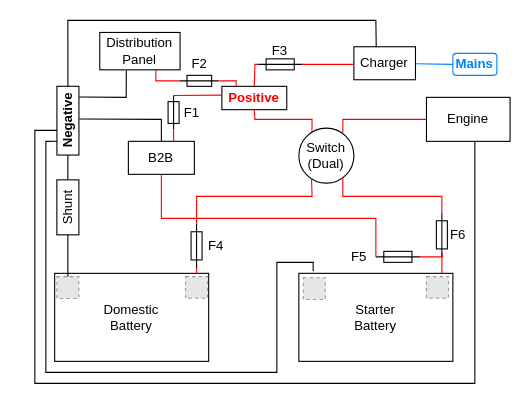
The draw.io diagram site/content/posts/wiring/wiring.drawio in karstenmueller/lucy.hamburg, before the edit. Source tidied: cells renumbered, new cells numbered last; positions are measured from the earlier drawing's top-left corner, leaving out a move shared by most shapes. Both pictures are drawn from the tidied source at 110%, with x=0, y=0 at pixel (33, 20). Pictures stored in the file or linked from it are replaced by grey dashed boxes.
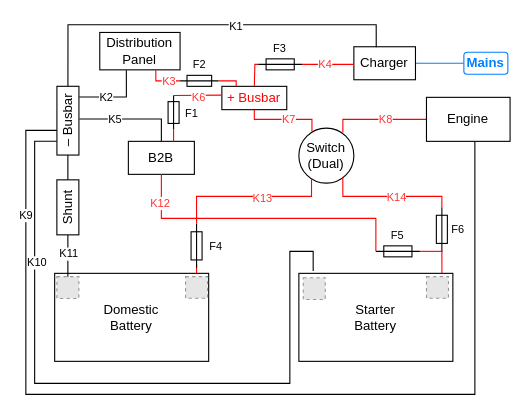
The same diagram, later.

Commit message (it also covers changes not shown here):
new wiring diagram

The change refers to these unchanged cells:
```xml
<mxCell id="4" value="Starter&lt;div&gt;Battery&lt;/div&gt;" style="rounded=0;whiteSpace=wrap;html=1;" parent="1" vertex="1">
  <mxGeometry x="241.2" y="230" width="140" height="80" as="geometry" />
</mxCell>
<mxCell id="11" style="edgeStyle=orthogonalEdgeStyle;rounded=0;jettySize=auto;html=1;endArrow=none;startFill=0;" parent="1" edge="1" source="7" target="12">
  <mxGeometry relative="1" as="geometry" />
</mxCell>
<mxCell id="14" value="B2B" style="rounded=0;whiteSpace=wrap;html=1;" parent="1" vertex="1">
  <mxGeometry x="86.2" y="110" width="60" height="30" as="geometry" />
</mxCell>
<mxCell id="16" style="verticalLabelPosition=bottom;shadow=0;dashed=0;align=center;html=1;verticalAlign=top;shape=mxgraph.electrical.miscellaneous.fuse_2;rotation=-90;" parent="1" vertex="1">
  <mxGeometry x="128.2" y="200" width="40" height="10" as="geometry" />
</mxCell>
<mxCell id="22" value="Switch (Dual)" style="ellipse;whiteSpace=wrap;html=1;" parent="1" vertex="1">
  <mxGeometry x="241.2" y="98" width="50" height="50" as="geometry" />
</mxCell>
<mxCell id="27" value="Engine" style="rounded=0;whiteSpace=wrap;html=1;" parent="1" vertex="1">
  <mxGeometry x="357.2" y="70" width="76" height="40" as="geometry" />
</mxCell>
<mxCell id="29" value="Distribution&lt;div&gt;Panel&lt;/div&gt;" style="rounded=0;whiteSpace=wrap;html=1;" parent="1" vertex="1">
  <mxGeometry x="60.2" y="11" width="73" height="34" as="geometry" />
</mxCell>
<mxCell id="32" value="Charger" style="rounded=0;whiteSpace=wrap;html=1;" parent="1" vertex="1">
  <mxGeometry x="291.2" y="24" width="56" height="30" as="geometry" />
</mxCell>
<mxCell id="35" style="verticalLabelPosition=bottom;shadow=0;dashed=0;align=center;html=1;verticalAlign=top;shape=mxgraph.electrical.miscellaneous.fuse_2;" parent="1" vertex="1">
  <mxGeometry x="204.2" y="35" width="40" height="10" as="geometry" />
</mxCell>
<mxCell id="36" style="edgeStyle=none;rounded=0;orthogonalLoop=1;jettySize=auto;html=1;endArrow=none;startFill=0;strokeColor=#FF0000;exitX=1;exitY=0.5;exitDx=0;exitDy=0;exitPerimeter=0;entryX=1;entryY=0.5;entryDx=0;entryDy=0;entryPerimeter=0;" parent="1" edge="1" source="38" target="38">
  <mxGeometry relative="1" as="geometry">
    <Array as="points">
      <mxPoint x="171.2" y="68" />
    </Array>
  </mxGeometry>
</mxCell>
<mxCell id="41" style="edgeStyle=none;rounded=0;jettySize=auto;html=1;endArrow=none;startFill=0;strokeColor=#FF0000;exitX=0;exitY=0.5;exitDx=0;exitDy=0;exitPerimeter=0;entryX=0.698;entryY=1.011;entryDx=0;entryDy=0;entryPerimeter=0;" parent="1" edge="1" source="43" target="29">
  <mxGeometry relative="1" as="geometry">
    <Array as="points">
      <mxPoint x="111.2" y="55" />
    </Array>
  </mxGeometry>
</mxCell>
```

What changed in the source:
```diff
@@
-    <mxCell id="3" style="edgeStyle=none;rounded=0;jettySize=auto;html=1;exitX=0.093;exitY=-0.027;exitDx=0;exitDy=0;exitPerimeter=0;entryX=0.201;entryY=-0.003;entryDx=0;entryDy=0;endArrow=none;startFill=0;entryPerimeter=0;" parent="1" edge="1" source="4" target="10">
+    <mxCell id="3" style="edgeStyle=orthogonalEdgeStyle;rounded=0;jettySize=auto;html=1;exitX=0.093;exitY=-0.027;exitDx=0;exitDy=0;exitPerimeter=0;entryX=0.201;entryY=-0.003;entryDx=0;entryDy=0;endArrow=none;startFill=0;entryPerimeter=0;" parent="1" edge="1" source="4" target="10">
       <mxGeometry relative="1" as="geometry">
         <Array as="points">
-          <mxPoint x="254.2" y="220" />
-          <mxPoint x="221.2" y="220" />
-          <mxPoint x="221.2" y="320" />
-          <mxPoint x="11.2" y="320" />
-          <mxPoint x="11.2" y="110" />
+          <mxPoint x="254" y="210" />
+          <mxPoint x="233" y="210" />
+          <mxPoint x="233" y="330" />
+          <mxPoint x="1" y="330" />
+          <mxPoint x="1" y="110" />
         </Array>
       </mxGeometry>
     </mxCell>
+    <mxCell id="51" value="K10" style="edgeLabel;html=1;align=center;verticalAlign=middle;fontFamily=Helvetica;fontSize=10;fontColor=default;labelBackgroundColor=default;fillColor=none;gradientColor=none;" parent="3" vertex="1">
+      <mxGeometry x="0.59" y="-1" relative="1" as="geometry" />
+    </mxCell>
@@
-    <mxCell id="10" value="&lt;b&gt;Negative&lt;/b&gt;" style="rounded=0;whiteSpace=wrap;html=1;rotation=-90;" parent="1" vertex="1">
+    <mxCell id="10" value="– Busbar" style="rounded=0;whiteSpace=wrap;html=1;rotation=-90;" parent="1" vertex="1">
       <mxGeometry y="81.2" width="62.5" height="20" as="geometry" />
     </mxCell>
@@
+    <mxCell id="52" value="K11" style="edgeLabel;html=1;align=center;verticalAlign=middle;fontFamily=Helvetica;fontSize=10;fontColor=default;labelBackgroundColor=default;fillColor=none;gradientColor=none;" parent="11" vertex="1">
+      <mxGeometry x="0.24" relative="1" as="geometry" />
+    </mxCell>
@@
-    <mxCell id="13" style="edgeStyle=none;rounded=0;jettySize=auto;html=1;exitX=0.5;exitY=0;exitDx=0;exitDy=0;endArrow=none;startFill=0;strokeColor=#000000;entryX=0.524;entryY=1.018;entryDx=0;entryDy=0;entryPerimeter=0;" parent="1" edge="1" source="14" target="10">
-      <mxGeometry relative="1" as="geometry">
-        <Array as="points">
-          <mxPoint x="116.2" y="90" />
-        </Array>
-      </mxGeometry>
+    <mxCell id="13" style="edgeStyle=orthogonalEdgeStyle;rounded=0;jettySize=auto;html=1;exitX=0.5;exitY=0;exitDx=0;exitDy=0;endArrow=none;startFill=0;strokeColor=#000000;entryX=0.524;entryY=1.018;entryDx=0;entryDy=0;entryPerimeter=0;" parent="1" edge="1" source="14" target="10">
+      <mxGeometry relative="1" as="geometry" />
     </mxCell>
+    <mxCell id="53" value="K5" style="edgeLabel;html=1;align=center;verticalAlign=middle;fontFamily=Helvetica;fontSize=10;fontColor=default;labelBackgroundColor=default;fillColor=none;gradientColor=none;" parent="13" vertex="1">
+      <mxGeometry x="0.33" relative="1" as="geometry" />
+    </mxCell>
@@
     <mxCell id="17" style="verticalLabelPosition=bottom;shadow=0;dashed=0;align=center;html=1;verticalAlign=top;shape=mxgraph.electrical.miscellaneous.fuse_2;rotation=-90;" parent="1" vertex="1">
-      <mxGeometry x="351.2" y="190" width="40" height="10" as="geometry" />
+      <mxGeometry x="351.2" y="185" width="40" height="10" as="geometry" />
     </mxCell>
-    <mxCell id="18" style="edgeStyle=orthogonalEdgeStyle;rounded=0;jettySize=auto;html=1;entryX=0.082;entryY=0.551;entryDx=0;entryDy=0;entryPerimeter=0;endArrow=none;startFill=0;strokeColor=#FF0000;" parent="1" edge="1" source="19" target="17">
+    <mxCell id="18" style="edgeStyle=orthogonalEdgeStyle;rounded=0;jettySize=auto;html=1;endArrow=none;startFill=0;strokeColor=#FF0000;exitX=1;exitY=0.5;exitDx=0;exitDy=0;exitPerimeter=0;" parent="1" edge="1" source="19">
       <mxGeometry relative="1" as="geometry">
+        <mxPoint x="372" y="210" as="targetPoint" />
         <Array as="points">
-          <mxPoint x="371.2" y="215" />
+          <mxPoint x="372" y="210" />
         </Array>
       </mxGeometry>
     </mxCell>
     <mxCell id="19" style="verticalLabelPosition=bottom;shadow=0;dashed=0;align=center;html=1;verticalAlign=top;shape=mxgraph.electrical.miscellaneous.fuse_2;" parent="1" vertex="1">
-      <mxGeometry x="311.2" y="210" width="40" height="10" as="geometry" />
+      <mxGeometry x="311.2" y="205" width="40" height="10" as="geometry" />
     </mxCell>
@@
-    <mxCell id="21" style="edgeStyle=none;rounded=0;jettySize=auto;html=1;exitX=0;exitY=0.5;exitDx=0;exitDy=0;endArrow=none;startFill=0;entryX=0.5;entryY=1;entryDx=0;entryDy=0;exitPerimeter=0;strokeColor=#FF0000;" parent="1" edge="1" source="19" target="14">
+    <mxCell id="21" style="edgeStyle=orthogonalEdgeStyle;rounded=0;jettySize=auto;html=1;exitX=0;exitY=0.5;exitDx=0;exitDy=0;endArrow=none;startFill=0;entryX=0.5;entryY=1;entryDx=0;entryDy=0;exitPerimeter=0;strokeColor=#FF0000;jumpStyle=arc;jumpSize=6;" parent="1" edge="1" source="19" target="14">
       <mxGeometry relative="1" as="geometry">
         <Array as="points">
-          <mxPoint x="311.2" y="180" />
-          <mxPoint x="116.2" y="180" />
+          <mxPoint x="311" y="180" />
+          <mxPoint x="116" y="180" />
         </Array>
       </mxGeometry>
     </mxCell>
+    <mxCell id="54" value="K12" style="edgeLabel;html=1;align=center;verticalAlign=middle;fontFamily=Helvetica;fontSize=10;fontColor=#FF3333;labelBackgroundColor=default;fillColor=none;gradientColor=none;" parent="21" vertex="1">
+      <mxGeometry x="0.81" y="2" relative="1" as="geometry" />
+    </mxCell>
@@
-    <mxCell id="23" style="edgeStyle=none;rounded=0;jettySize=auto;html=1;endArrow=none;startFill=0;entryX=1;entryY=0.5;entryDx=0;entryDy=0;entryPerimeter=0;strokeColor=#FF0000;exitX=0.23;exitY=0.916;exitDx=0;exitDy=0;exitPerimeter=0;" parent="1" edge="1" source="22" target="16">
+    <mxCell id="23" style="edgeStyle=orthogonalEdgeStyle;rounded=0;jettySize=auto;html=1;endArrow=none;startFill=0;entryX=1;entryY=0.5;entryDx=0;entryDy=0;entryPerimeter=0;strokeColor=#FF0000;exitX=0.23;exitY=0.916;exitDx=0;exitDy=0;exitPerimeter=0;" parent="1" edge="1" source="22" target="16">
       <mxGeometry relative="1" as="geometry">
         <Array as="points">
-          <mxPoint x="253.2" y="160" />
-          <mxPoint x="148.2" y="160" />
+          <mxPoint x="253" y="160" />
+          <mxPoint x="148" y="160" />
         </Array>
       </mxGeometry>
     </mxCell>
+    <mxCell id="55" value="K13" style="edgeLabel;html=1;align=center;verticalAlign=middle;fontFamily=Helvetica;fontSize=10;fontColor=#FF3333;labelBackgroundColor=default;fillColor=none;gradientColor=none;" parent="23" vertex="1">
+      <mxGeometry x="-0.16" y="1" relative="1" as="geometry" />
+    </mxCell>
-    <mxCell id="24" style="edgeStyle=none;rounded=0;jettySize=auto;html=1;endArrow=none;startFill=0;entryX=1;entryY=0.5;entryDx=0;entryDy=0;entryPerimeter=0;exitX=0.799;exitY=0.904;exitDx=0;exitDy=0;strokeColor=#FF0000;exitPerimeter=0;" parent="1" edge="1" source="22" target="17">
+    <mxCell id="24" style="edgeStyle=orthogonalEdgeStyle;rounded=0;jettySize=auto;html=1;endArrow=none;startFill=0;entryX=1;entryY=0.5;entryDx=0;entryDy=0;entryPerimeter=0;exitX=0.799;exitY=0.904;exitDx=0;exitDy=0;strokeColor=#FF0000;exitPerimeter=0;" parent="1" edge="1" source="22" target="17">
       <mxGeometry relative="1" as="geometry">
         <Array as="points">
-          <mxPoint x="281.2" y="160" />
-          <mxPoint x="371.2" y="160" />
+          <mxPoint x="281" y="160" />
+          <mxPoint x="371" y="160" />
         </Array>
       </mxGeometry>
     </mxCell>
+    <mxCell id="56" value="K14" style="edgeLabel;html=1;align=center;verticalAlign=middle;fontFamily=Helvetica;fontSize=10;fontColor=#FF3333;labelBackgroundColor=default;fillColor=none;gradientColor=none;" parent="24" vertex="1">
+      <mxGeometry x="0.11" relative="1" as="geometry" />
+    </mxCell>
-    <mxCell id="25" style="edgeStyle=none;rounded=0;jettySize=auto;html=1;entryX=0.8;entryY=0.078;entryDx=0;entryDy=0;endArrow=none;startFill=0;strokeColor=#FF0000;entryPerimeter=0;" parent="1" edge="1" source="27" target="22">
+    <mxCell id="25" style="edgeStyle=orthogonalEdgeStyle;rounded=0;jettySize=auto;html=1;entryX=0.8;entryY=0.078;entryDx=0;entryDy=0;endArrow=none;startFill=0;strokeColor=#FF0000;entryPerimeter=0;" parent="1" edge="1" source="27" target="22">
       <mxGeometry relative="1" as="geometry">
         <Array as="points">
-          <mxPoint x="281.2" y="90" />
+          <mxPoint x="281" y="90" />
         </Array>
       </mxGeometry>
     </mxCell>
+    <mxCell id="57" value="K8" style="edgeLabel;html=1;align=center;verticalAlign=middle;fontFamily=Helvetica;fontSize=10;fontColor=#FF3333;labelBackgroundColor=default;fillColor=none;gradientColor=none;" parent="25" vertex="1">
+      <mxGeometry x="-0.13" y="-1" relative="1" as="geometry" />
+    </mxCell>
-    <mxCell id="26" style="edgeStyle=none;rounded=0;jettySize=auto;html=1;endArrow=none;startFill=0;exitX=0.579;exitY=1;exitDx=0;exitDy=0;exitPerimeter=0;" parent="1" edge="1" source="27">
+    <mxCell id="26" style="edgeStyle=orthogonalEdgeStyle;rounded=0;jettySize=auto;html=1;endArrow=none;startFill=0;exitX=0.579;exitY=1;exitDx=0;exitDy=0;exitPerimeter=0;" parent="1" edge="1" source="27">
       <mxGeometry relative="1" as="geometry">
         <mxPoint x="21.2" y="100" as="targetPoint" />
         <Array as="points">
-          <mxPoint x="401.2" y="330" />
-          <mxPoint x="1.2" y="330" />
-          <mxPoint x="1.2" y="100" />
+          <mxPoint x="401" y="340" />
+          <mxPoint x="-7" y="340" />
+          <mxPoint x="-7" y="100" />
         </Array>
       </mxGeometry>
     </mxCell>
+    <mxCell id="58" value="K9" style="edgeLabel;html=1;align=center;verticalAlign=middle;fontFamily=Helvetica;fontSize=10;fontColor=default;labelBackgroundColor=default;fillColor=none;gradientColor=none;" parent="26" vertex="1">
+      <mxGeometry x="0.77" y="1" relative="1" as="geometry" />
+    </mxCell>
@@
-    <mxCell id="28" value="&lt;font style=&quot;color: rgb(255, 0, 0);&quot;&gt;&lt;b&gt;Positive&lt;/b&gt;&lt;/font&gt;" style="rounded=0;whiteSpace=wrap;html=1;" parent="1" vertex="1">
+    <mxCell id="28" value="&lt;font style=&quot;color: rgb(255, 0, 0);&quot;&gt;+ Busbar&lt;/font&gt;" style="rounded=0;whiteSpace=wrap;html=1;" parent="1" vertex="1">
       <mxGeometry x="171.2" y="60" width="59" height="21.2" as="geometry" />
     </mxCell>
@@
-    <mxCell id="30" style="edgeStyle=none;rounded=0;jettySize=auto;html=1;entryX=0.238;entryY=0.062;entryDx=0;entryDy=0;endArrow=none;startFill=0;strokeColor=#FF0000;entryPerimeter=0;exitX=0.5;exitY=1;exitDx=0;exitDy=0;" parent="1" edge="1" source="28" target="22">
+    <mxCell id="30" style="edgeStyle=orthogonalEdgeStyle;rounded=0;jettySize=auto;html=1;entryX=0.238;entryY=0.062;entryDx=0;entryDy=0;endArrow=none;startFill=0;strokeColor=#FF0000;entryPerimeter=0;exitX=0.5;exitY=1;exitDx=0;exitDy=0;" parent="1" edge="1" source="28" target="22">
       <mxGeometry relative="1" as="geometry">
         <Array as="points">
-          <mxPoint x="201.2" y="90" />
-          <mxPoint x="253.2" y="90" />
+          <mxPoint x="201" y="90" />
+          <mxPoint x="253" y="90" />
         </Array>
       </mxGeometry>
     </mxCell>
+    <mxCell id="59" value="K7" style="edgeLabel;html=1;align=center;verticalAlign=middle;fontFamily=Helvetica;fontSize=10;fontColor=#FF3333;labelBackgroundColor=default;fillColor=none;gradientColor=none;" parent="30" vertex="1">
+      <mxGeometry x="0.11" y="1" relative="1" as="geometry" />
+    </mxCell>
-    <mxCell id="31" style="edgeStyle=none;rounded=0;jettySize=auto;html=1;endArrow=none;startFill=0;strokeColor=#007FFF;" parent="1" edge="1" source="32">
-      <mxGeometry relative="1" as="geometry">
-        <mxPoint x="381.2" y="40" as="targetPoint" />
-        <Array as="points">
-          <mxPoint x="381.2" y="40" />
-        </Array>
-      </mxGeometry>
+    <mxCell id="31" style="rounded=0;jettySize=auto;html=1;endArrow=none;startFill=0;strokeColor=#007FFF;" parent="1" edge="1" source="32" target="44">
+      <mxGeometry relative="1" as="geometry" />
     </mxCell>
@@
     <mxCell id="33" style="edgeStyle=none;rounded=0;jettySize=auto;html=1;endArrow=none;startFill=0;strokeColor=#FF0000;exitX=1;exitY=0.5;exitDx=0;exitDy=0;exitPerimeter=0;" parent="1" edge="1" source="35">
       <mxGeometry relative="1" as="geometry">
         <mxPoint x="291.2" y="40" as="targetPoint" />
-        <Array as="points">
-          <mxPoint x="261.2" y="40" />
-        </Array>
       </mxGeometry>
     </mxCell>
+    <mxCell id="60" value="K4" style="edgeLabel;html=1;align=center;verticalAlign=middle;fontFamily=Helvetica;fontSize=10;fontColor=#FF3333;labelBackgroundColor=default;fillColor=none;gradientColor=none;" parent="33" vertex="1">
+      <mxGeometry x="-0.17" y="1" relative="1" as="geometry" />
+    </mxCell>
@@
+    <mxCell id="61" value="K6" style="edgeLabel;html=1;align=center;verticalAlign=middle;fontFamily=Helvetica;fontSize=10;fontColor=#FF3333;labelBackgroundColor=default;fillColor=none;gradientColor=none;" parent="36" vertex="1">
+      <mxGeometry x="0.5" y="1" relative="1" as="geometry" />
+    </mxCell>
@@
-    <mxCell id="39" style="edgeStyle=none;rounded=0;jettySize=auto;html=1;endArrow=none;startFill=0;strokeColor=#000000;entryX=1;entryY=0.5;entryDx=0;entryDy=0;exitX=0.363;exitY=0.016;exitDx=0;exitDy=0;exitPerimeter=0;" parent="1" edge="1" source="32" target="10">
-      <mxGeometry relative="1" as="geometry">
-        <Array as="points">
-          <mxPoint x="311.2" />
-          <mxPoint x="31.2" />
-        </Array>
-      </mxGeometry>
+    <mxCell id="39" style="edgeStyle=orthogonalEdgeStyle;rounded=0;jettySize=auto;html=1;endArrow=none;startFill=0;strokeColor=#000000;entryX=1;entryY=0.5;entryDx=0;entryDy=0;exitX=0.363;exitY=0.016;exitDx=0;exitDy=0;exitPerimeter=0;" parent="1" edge="1" source="32" target="10">
+      <mxGeometry relative="1" as="geometry" />
     </mxCell>
+    <mxCell id="62" value="K1" style="edgeLabel;html=1;align=center;verticalAlign=middle;fontSize=10;" parent="39" vertex="1">
+      <mxGeometry x="-0.17" relative="1" as="geometry" />
+    </mxCell>
-    <mxCell id="40" style="edgeStyle=none;rounded=0;jettySize=auto;html=1;exitX=0.331;exitY=1.012;exitDx=0;exitDy=0;endArrow=none;startFill=0;strokeColor=#000000;entryX=0.845;entryY=1.013;entryDx=0;entryDy=0;entryPerimeter=0;exitPerimeter=0;" parent="1" edge="1" source="29" target="10">
-      <mxGeometry relative="1" as="geometry">
-        <Array as="points">
-          <mxPoint x="84.2" y="70" />
-        </Array>
-      </mxGeometry>
+    <mxCell id="40" style="edgeStyle=orthogonalEdgeStyle;rounded=0;jettySize=auto;html=1;exitX=0.331;exitY=1.012;exitDx=0;exitDy=0;endArrow=none;startFill=0;strokeColor=#000000;entryX=0.845;entryY=1.013;entryDx=0;entryDy=0;entryPerimeter=0;exitPerimeter=0;" parent="1" edge="1" source="29" target="10">
+      <mxGeometry relative="1" as="geometry" />
     </mxCell>
+    <mxCell id="63" value="K2" style="edgeLabel;html=1;align=center;verticalAlign=middle;fontFamily=Helvetica;fontSize=10;fontColor=default;labelBackgroundColor=default;fillColor=none;gradientColor=none;" parent="40" vertex="1">
+      <mxGeometry x="0.29" relative="1" as="geometry" />
+    </mxCell>
@@
+    <mxCell id="64" value="K3" style="edgeLabel;html=1;align=center;verticalAlign=middle;fontFamily=Helvetica;fontSize=10;fontColor=#FF3333;labelBackgroundColor=default;fillColor=none;gradientColor=none;" parent="41" vertex="1">
+      <mxGeometry x="-0.29" y="-1" relative="1" as="geometry" />
+    </mxCell>
@@
     <mxCell id="44" value="&lt;font style=&quot;color: rgb(0, 127, 255);&quot;&gt;&lt;b&gt;Mains&lt;/b&gt;&lt;/font&gt;" style="rounded=1;whiteSpace=wrap;html=1;strokeColor=#007FFF;" parent="1" vertex="1">
-      <mxGeometry x="381.2" y="30" width="40" height="20" as="geometry" />
+      <mxGeometry x="391.2" y="29" width="40" height="20" as="geometry" />
     </mxCell>
-    <mxCell id="45" value="F1" style="text;strokeColor=none;align=center;fillColor=none;html=1;verticalAlign=middle;whiteSpace=wrap;rounded=0;" parent="1" vertex="1">
+    <mxCell id="45" value="F1" style="text;strokeColor=none;align=center;fillColor=none;html=1;verticalAlign=middle;whiteSpace=wrap;rounded=0;fontSize=10;" parent="1" vertex="1">
       <mxGeometry x="129.2" y="73.8" width="30" height="20" as="geometry" />
     </mxCell>
-    <mxCell id="46" value="F2" style="text;strokeColor=none;align=center;fillColor=none;html=1;verticalAlign=middle;whiteSpace=wrap;rounded=0;" parent="1" vertex="1">
+    <mxCell id="46" value="F2" style="text;strokeColor=none;align=center;fillColor=none;html=1;verticalAlign=middle;whiteSpace=wrap;rounded=0;fontSize=10;" parent="1" vertex="1">
       <mxGeometry x="135.8" y="30" width="30" height="20" as="geometry" />
     </mxCell>
-    <mxCell id="47" value="F3" style="text;strokeColor=none;align=center;fillColor=none;html=1;verticalAlign=middle;whiteSpace=wrap;rounded=0;" parent="1" vertex="1">
-      <mxGeometry x="209.2" y="18" width="30" height="20" as="geometry" />
+    <mxCell id="47" value="F3" style="text;strokeColor=none;align=center;fillColor=none;html=1;verticalAlign=middle;whiteSpace=wrap;rounded=0;fontSize=10;" parent="1" vertex="1">
+      <mxGeometry x="209.2" y="15" width="30" height="20" as="geometry" />
     </mxCell>
-    <mxCell id="48" value="F4" style="text;strokeColor=none;align=center;fillColor=none;html=1;verticalAlign=middle;whiteSpace=wrap;rounded=0;" parent="1" vertex="1">
+    <mxCell id="48" value="F4" style="text;strokeColor=none;align=center;fillColor=none;html=1;verticalAlign=middle;whiteSpace=wrap;rounded=0;fontSize=10;" parent="1" vertex="1">
       <mxGeometry x="151.2" y="195" width="30" height="20" as="geometry" />
     </mxCell>
-    <mxCell id="49" value="F5" style="text;strokeColor=none;align=center;fillColor=none;html=1;verticalAlign=middle;whiteSpace=wrap;rounded=0;" parent="1" vertex="1">
-      <mxGeometry x="281.2" y="205" width="30" height="20" as="geometry" />
+    <mxCell id="49" value="F5" style="text;strokeColor=none;align=center;fillColor=none;html=1;verticalAlign=middle;whiteSpace=wrap;rounded=0;fontSize=10;" parent="1" vertex="1">
+      <mxGeometry x="316.2" y="185" width="30" height="20" as="geometry" />
     </mxCell>
-    <mxCell id="50" value="F6" style="text;strokeColor=none;align=center;fillColor=none;html=1;verticalAlign=middle;whiteSpace=wrap;rounded=0;" parent="1" vertex="1">
-      <mxGeometry x="371.2" y="185" width="30" height="20" as="geometry" />
+    <mxCell id="50" value="F6" style="text;strokeColor=none;align=center;fillColor=none;html=1;verticalAlign=middle;whiteSpace=wrap;rounded=0;fontSize=10;" parent="1" vertex="1">
+      <mxGeometry x="371.2" y="180" width="30" height="20" as="geometry" />
     </mxCell>
```
